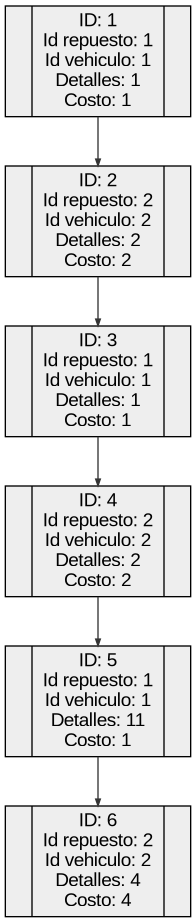
0520Jose/-EDD-1S2025_202300539 keeps this Graphviz diagram as Fase2/AutoGestPro/Reportes/ReporteServicios.png. Above is the earlier version. Its source is kept beside it as Fase2/AutoGestPro/Reportes/ReporteServicios.dot. Its diagram source:
```dot
digraph G {
node [shape=record];
rankdir=TB;
node [height=0.5];
node [width=0.5];
node [style=filled];
node [fillcolor="#EEEEEE"];
node [fontname="Arial"];
edge [fontname="Arial"];
edge [fontsize=8];
edge [fontcolor="#333333"];
edge [labelfloat=false];
edge [decorate=true];
edge [style="solid"];
edge [color="#333333"];
edge [dir="forward"];
edge [arrowhead="normal"];
edge [arrowsize="0.5"];
edge [arrowtail="normal"];
edge [taillabel=""];
edge [headlabel=""];
edge [label=""];
edge [weight="1"];
n1 [label="<f0> |<f1> ID: 1\nId repuesto: 1\nId vehiculo: 1\nDetalles: 1\nCosto: 1|<f2>"];
n1 -> n2;
n2 [label="<f0> |<f1> ID: 2\nId repuesto: 2\nId vehiculo: 2\nDetalles: 2\nCosto: 2|<f2>"];
n2 -> n3;
n3 [label="<f0> |<f1> ID: 3\nId repuesto: 1\nId vehiculo: 1\nDetalles: 1\nCosto: 1|<f2>"];
n3 -> n4;
n4 [label="<f0> |<f1> ID: 4\nId repuesto: 2\nId vehiculo: 2\nDetalles: 2\nCosto: 2|<f2>"];
n4 -> n5;
n5 [label="<f0> |<f1> ID: 5\nId repuesto: 1\nId vehiculo: 1\nDetalles: 11\nCosto: 1|<f2>"];
n5 -> n6;
n6 [label="<f0> |<f1> ID: 6\nId repuesto: 2\nId vehiculo: 2\nDetalles: 4\nCosto: 4|<f2>"];
}
```
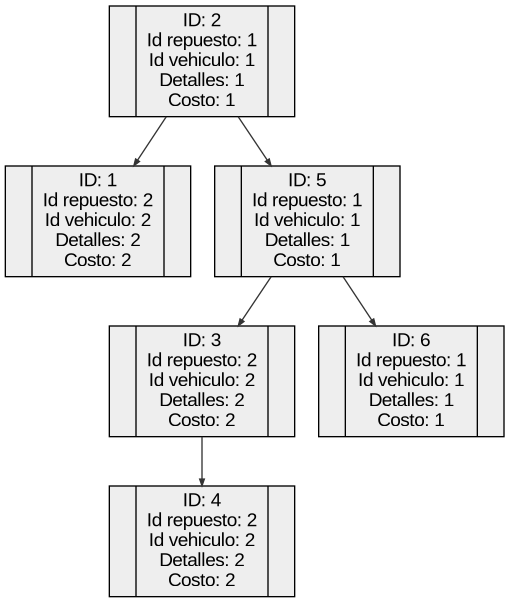
Later version of the same file.

Diff of the diagram source:
```diff
@@ -21,15 +21,15 @@
 edge [headlabel=""];
 edge [label=""];
 edge [weight="1"];
-n1 [label="<f0> |<f1> ID: 1\nId repuesto: 1\nId vehiculo: 1\nDetalles: 1\nCosto: 1|<f2>"];
-n1 -> n2;
-n2 [label="<f0> |<f1> ID: 2\nId repuesto: 2\nId vehiculo: 2\nDetalles: 2\nCosto: 2|<f2>"];
-n2 -> n3;
-n3 [label="<f0> |<f1> ID: 3\nId repuesto: 1\nId vehiculo: 1\nDetalles: 1\nCosto: 1|<f2>"];
+n2 [label="<f0> |<f1> ID: 2\nId repuesto: 1\nId vehiculo: 1\nDetalles: 1\nCosto: 1|<f2>"];
+n2 -> n1;
+n2 -> n5;
+n1 [label="<f0> |<f1> ID: 1\nId repuesto: 2\nId vehiculo: 2\nDetalles: 2\nCosto: 2|<f2>"];
+n5 [label="<f0> |<f1> ID: 5\nId repuesto: 1\nId vehiculo: 1\nDetalles: 1\nCosto: 1|<f2>"];
+n5 -> n3;
+n5 -> n6;
+n3 [label="<f0> |<f1> ID: 3\nId repuesto: 2\nId vehiculo: 2\nDetalles: 2\nCosto: 2|<f2>"];
 n3 -> n4;
 n4 [label="<f0> |<f1> ID: 4\nId repuesto: 2\nId vehiculo: 2\nDetalles: 2\nCosto: 2|<f2>"];
-n4 -> n5;
-n5 [label="<f0> |<f1> ID: 5\nId repuesto: 1\nId vehiculo: 1\nDetalles: 11\nCosto: 1|<f2>"];
-n5 -> n6;
-n6 [label="<f0> |<f1> ID: 6\nId repuesto: 2\nId vehiculo: 2\nDetalles: 4\nCosto: 4|<f2>"];
+n6 [label="<f0> |<f1> ID: 6\nId repuesto: 1\nId vehiculo: 1\nDetalles: 1\nCosto: 1|<f2>"];
 }
```
